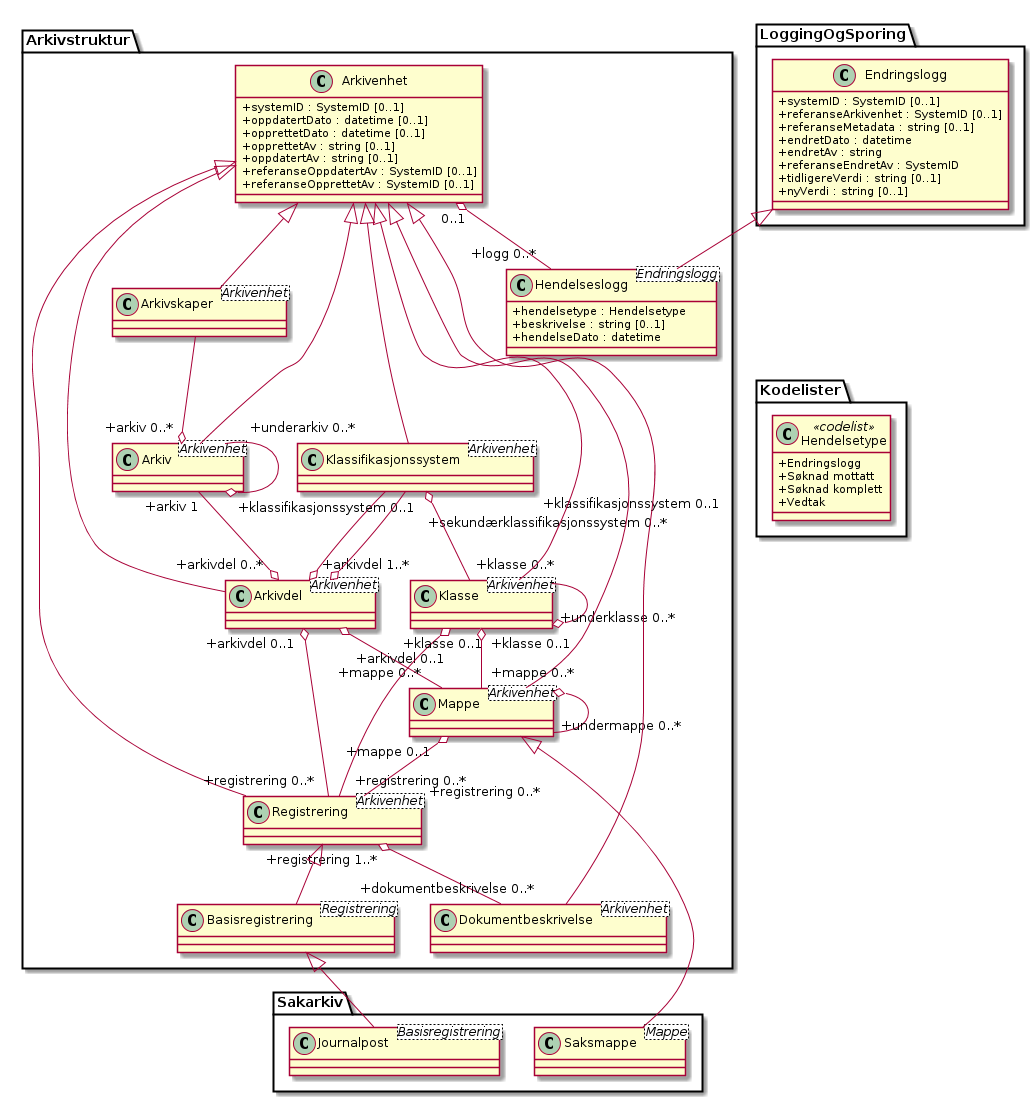
Earlier version of the PlantUML export kapitler/media/uml-arkivstruktur-arkivenhet-som-basis-klasse.png (arkivverket/noark5-tjenestegrensesnitt-standard).
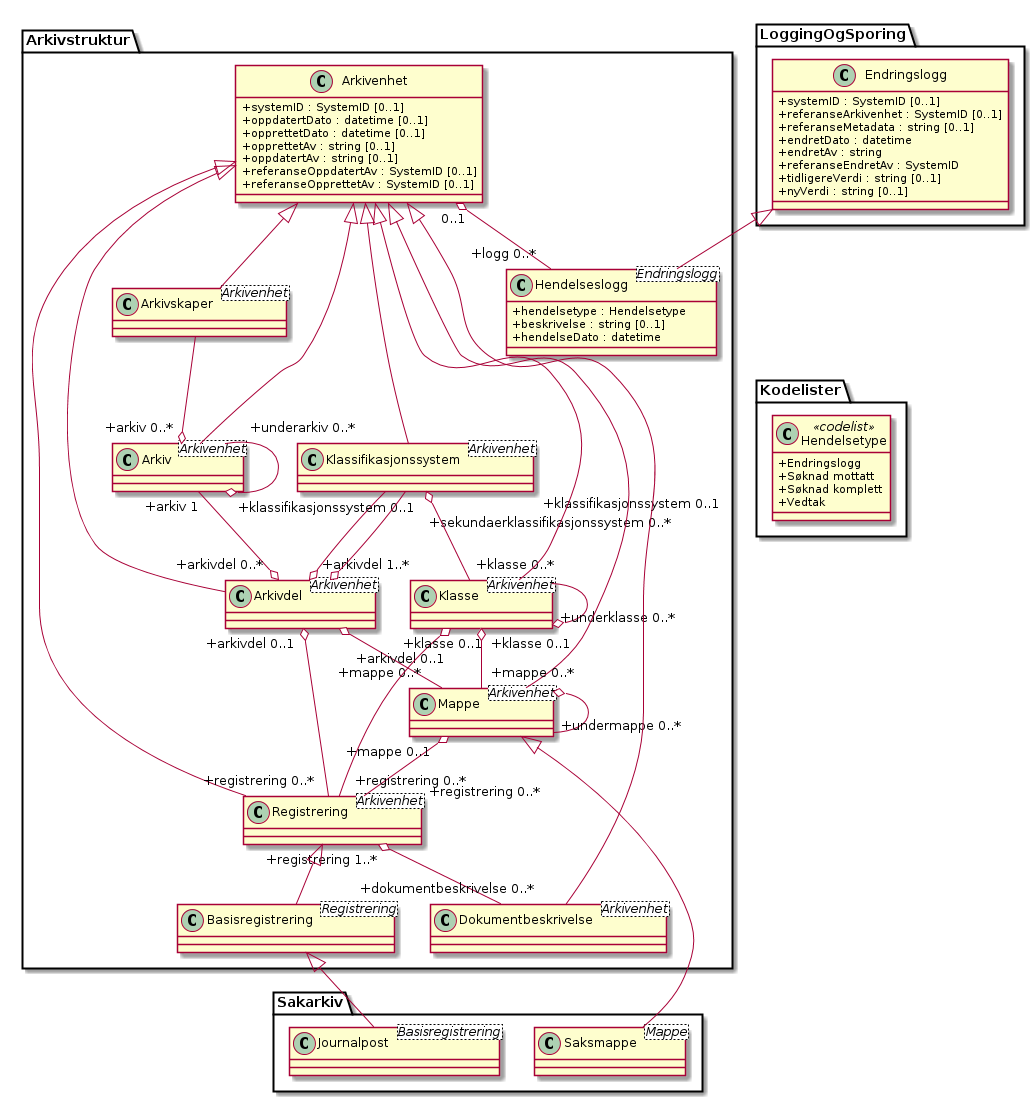
After the commit.

What changed in the source:
```diff
@@ -30,7 +30,7 @@
 Arkivstruktur.Arkivenhet <|-- Arkivstruktur.Arkivdel
 Arkivstruktur.Arkivenhet <|-- Arkivstruktur.Klassifikasjonssystem
 Arkivstruktur.Klassifikasjonssystem "+klassifikasjonssystem 0..1" --o "+arkivdel 1..*" Arkivstruktur.Arkivdel
-Arkivstruktur.Klassifikasjonssystem "\n+sekundærklassifikasjonssystem 0..*" --o Arkivstruktur.Arkivdel
+Arkivstruktur.Klassifikasjonssystem "\n+sekundaerklassifikasjonssystem 0..*" --o Arkivstruktur.Arkivdel
 Arkivstruktur.Klassifikasjonssystem "+klassifikasjonssystem 0..1" o-- "+klasse 0..*" Arkivstruktur.Klasse
 Arkivstruktur.Arkivenhet <|-- Arkivstruktur.Klasse
 Arkivstruktur.Klasse --o "+underklasse 0..*" Arkivstruktur.Klasse
```
